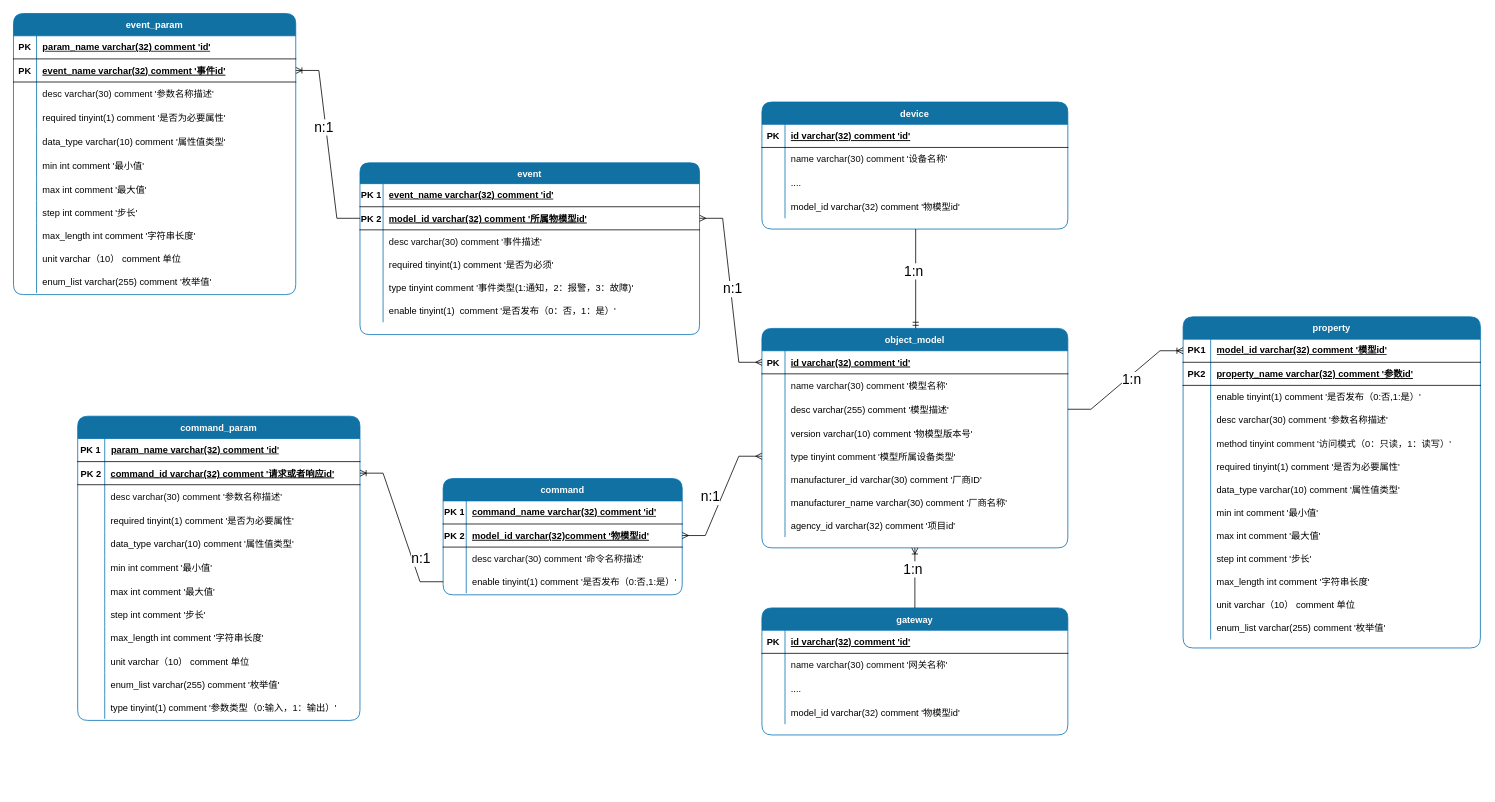
Before: page "第 3 页" (3 of 3) of 物模型.drawio in viking-wj/software, a draw.io diagram. Source tidied: cells renumbered, new cells numbered last; positions are measured from the earlier drawing's top-left corner, leaving out a move shared by most shapes. Both pictures are drawn from the tidied source at 77%, with x=0, y=0 at pixel (13, 13).
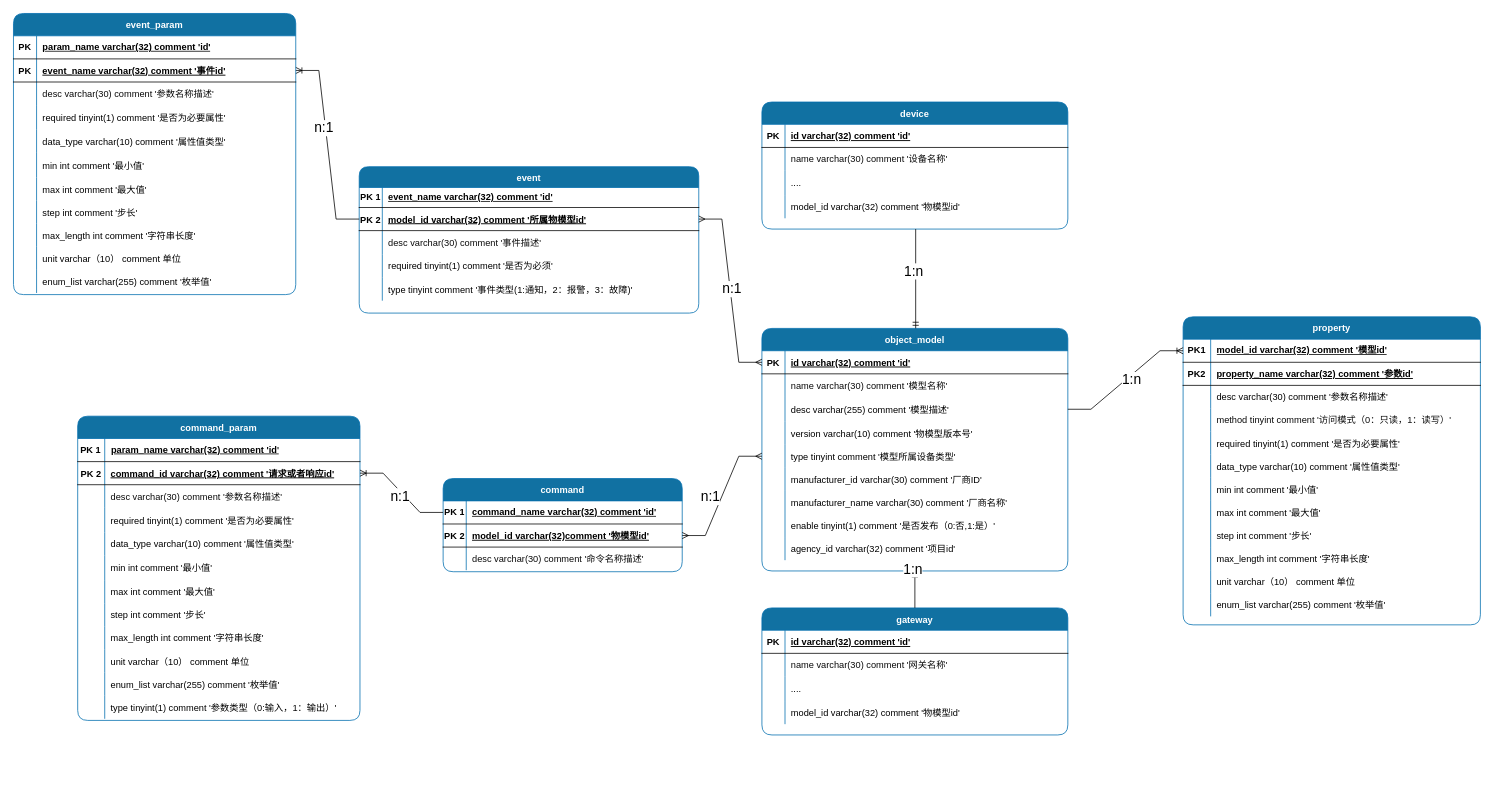
The same page after the edit.

Commit message:
更新物模型.drawio

The change refers to these unchanged cells:
```xml
<mxCell id="3" style="shape=tableRow;horizontal=0;startSize=0;swimlaneHead=0;swimlaneBody=0;fillColor=none;points=[[0,0.5],[1,0.5]];portConstraint=eastwest;top=0;left=0;right=0;bottom=1;" parent="2" vertex="1">
  <mxGeometry y="29" width="310.5" height="30" as="geometry" />
</mxCell>
<mxCell id="19" style="shape=tableRow;horizontal=0;startSize=0;swimlaneHead=0;swimlaneBody=0;fillColor=none;points=[[0,0.5],[1,0.5]];portConstraint=eastwest;top=0;left=0;right=0;bottom=1;labelBackgroundColor=none;" parent="15" vertex="1">
  <mxGeometry y="59" width="366.6" height="30" as="geometry" />
</mxCell>
```

The edit, as a diff of the source:
```diff
@@
     <mxCell id="2" value="command" style="shape=table;startSize=29;childLayout=tableLayout;rowLines=0;fontStyle=1;align=center;labelBackgroundColor=none;fillColor=#1171a2;strokeColor=#006EAF;fontColor=#ffffff;rounded=1;swimlaneFillColor=none;" parent="1" vertex="1">
-      <mxGeometry x="558" y="604" width="310.5" height="151" as="geometry" />
+      <mxGeometry x="558" y="604" width="310.5" height="121" as="geometry" />
     </mxCell>
@@
-    <mxCell id="12" style="shape=tableRow;horizontal=0;startSize=0;swimlaneHead=0;swimlaneBody=0;fillColor=none;points=[[0,0.5],[1,0.5]];portConstraint=eastwest;top=0;left=0;right=0;bottom=0;" parent="2" vertex="1">
-      <mxGeometry y="119" width="310.5" height="30" as="geometry" />
-    </mxCell>
-    <mxCell id="13" style="shape=partialRectangle;fillColor=none;top=0;left=0;bottom=0;right=0;overflow=hidden;" parent="12" vertex="1">
-      <mxGeometry width="30" height="30" as="geometry" />
-    </mxCell>
-    <mxCell id="14" value="enable tinyint(1) comment '是否发布（0:否,1:是）'" style="shape=partialRectangle;fillColor=none;top=0;left=0;bottom=0;right=0;align=left;spacingLeft=6;overflow=hidden;" parent="12" vertex="1">
-      <mxGeometry x="30" width="280.5" height="30" as="geometry" />
-    </mxCell>
@@
     <mxCell id="52" value="event" style="shape=table;startSize=27;childLayout=tableLayout;rowLines=0;fontStyle=1;align=center;labelBackgroundColor=none;fillColor=#1171a2;strokeColor=#006EAF;fontColor=#ffffff;rounded=1;swimlaneFillColor=none;" parent="1" vertex="1">
-      <mxGeometry x="450" y="194" width="441" height="223" as="geometry" />
+      <mxGeometry x="449" y="199" width="441" height="190.1" as="geometry" />
     </mxCell>
     <mxCell id="53" style="shape=tableRow;horizontal=0;startSize=0;swimlaneHead=0;swimlaneBody=0;fillColor=none;top=0;left=0;right=0;bottom=1;" parent="52" vertex="1">
-      <mxGeometry y="27" width="441" height="30" as="geometry" />
+      <mxGeometry y="27" width="441" height="26" as="geometry" />
     </mxCell>
     <mxCell id="54" value="PK 1" style="shape=partialRectangle;fillColor=none;top=0;left=0;bottom=0;right=0;fontStyle=1;overflow=hidden;whiteSpace=wrap;html=1;" parent="53" vertex="1">
-      <mxGeometry width="30" height="30" as="geometry" />
+      <mxGeometry width="30" height="26" as="geometry" />
     </mxCell>
     <mxCell id="55" value="&lt;span style=&quot;text-wrap: nowrap;&quot;&gt;event_name varchar(32) comment 'id'&lt;/span&gt;" style="shape=partialRectangle;fillColor=none;top=0;left=0;bottom=0;right=0;align=left;spacingLeft=6;fontStyle=5;overflow=hidden;whiteSpace=wrap;html=1;" parent="53" vertex="1">
-      <mxGeometry x="30" width="411" height="30" as="geometry" />
+      <mxGeometry x="30" width="411" height="26" as="geometry" />
     </mxCell>
     <mxCell id="56" style="shape=tableRow;horizontal=0;startSize=0;swimlaneHead=0;swimlaneBody=0;fillColor=none;points=[[0,0.5],[1,0.5]];portConstraint=eastwest;top=0;left=0;right=0;bottom=1;labelBackgroundColor=none;" parent="52" vertex="1">
-      <mxGeometry y="57" width="441" height="30" as="geometry" />
+      <mxGeometry y="53" width="441" height="30" as="geometry" />
     </mxCell>
@@
     <mxCell id="59" style="shape=tableRow;horizontal=0;startSize=0;swimlaneHead=0;swimlaneBody=0;fillColor=none;top=0;left=0;right=0;bottom=0;labelBorderColor=none;fontColor=#0a0a0a;" parent="52" vertex="1">
-      <mxGeometry y="87" width="441" height="30" as="geometry" />
+      <mxGeometry y="83" width="441" height="31" as="geometry" />
     </mxCell>
     <mxCell id="60" style="shape=partialRectangle;fillColor=none;top=0;left=0;bottom=0;right=0;overflow=hidden;labelBorderColor=none;fontColor=#0a0a0a;" parent="59" vertex="1">
-      <mxGeometry width="30" height="30" as="geometry" />
+      <mxGeometry width="30" height="31" as="geometry" />
     </mxCell>
     <mxCell id="61" value="desc varchar(30) comment '事件描述'" style="shape=partialRectangle;fillColor=none;top=0;left=0;bottom=0;right=0;align=left;spacingLeft=6;overflow=hidden;labelBorderColor=none;fontColor=#0a0a0a;" parent="59" vertex="1">
-      <mxGeometry x="30" width="411" height="30" as="geometry" />
+      <mxGeometry x="30" width="411" height="31" as="geometry" />
     </mxCell>
     <mxCell id="62" style="shape=tableRow;horizontal=0;startSize=0;swimlaneHead=0;swimlaneBody=0;fillColor=none;top=0;left=0;right=0;bottom=0;labelBackgroundColor=none;" parent="52" vertex="1">
-      <mxGeometry y="117" width="441" height="30" as="geometry" />
+      <mxGeometry y="114" width="441" height="30" as="geometry" />
     </mxCell>
@@
     <mxCell id="65" style="shape=tableRow;horizontal=0;startSize=0;swimlaneHead=0;swimlaneBody=0;fillColor=none;top=0;left=0;right=0;bottom=0;" parent="52" vertex="1">
-      <mxGeometry y="147" width="441" height="30" as="geometry" />
+      <mxGeometry y="144" width="441" height="30" as="geometry" />
     </mxCell>
@@
-    <mxCell id="68" style="shape=tableRow;horizontal=0;startSize=0;swimlaneHead=0;swimlaneBody=0;fillColor=none;top=0;left=0;right=0;bottom=0;" parent="52" vertex="1">
-      <mxGeometry y="177" width="441" height="30" as="geometry" />
-    </mxCell>
-    <mxCell id="69" style="shape=partialRectangle;fillColor=none;top=0;left=0;bottom=0;right=0;overflow=hidden;" parent="68" vertex="1">
-      <mxGeometry width="30" height="30" as="geometry" />
-    </mxCell>
-    <mxCell id="70" value="enable tinyint(1)  comment '是否发布（0：否，1：是）'" style="shape=partialRectangle;fillColor=none;top=0;left=0;bottom=0;right=0;align=left;spacingLeft=6;overflow=hidden;" parent="68" vertex="1">
-      <mxGeometry x="30" width="411" height="30" as="geometry" />
-    </mxCell>
     <mxCell id="71" value="object_model" style="shape=table;startSize=29;childLayout=tableLayout;rowLines=0;fontStyle=1;align=center;labelBackgroundColor=none;fillColor=#1171a2;strokeColor=#006EAF;fontColor=#ffffff;rounded=1;swimlaneFillColor=none;" parent="1" vertex="1">
-      <mxGeometry x="972" y="409" width="397.3" height="285" as="geometry" />
+      <mxGeometry x="972" y="409" width="397.3" height="315" as="geometry" />
     </mxCell>
@@
+    <mxCell id="214" style="shape=tableRow;horizontal=0;startSize=0;swimlaneHead=0;swimlaneBody=0;fillColor=none;top=0;left=0;right=0;bottom=0;" parent="71" vertex="1">
+      <mxGeometry y="241" width="397.3" height="30" as="geometry" />
+    </mxCell>
+    <mxCell id="215" style="shape=partialRectangle;fillColor=none;top=0;left=0;bottom=0;right=0;overflow=hidden;" parent="214" vertex="1">
+      <mxGeometry width="30" height="30" as="geometry" />
+    </mxCell>
+    <mxCell id="216" value="enable tinyint(1) comment '是否发布（0:否,1:是）'" style="shape=partialRectangle;fillColor=none;top=0;left=0;bottom=0;right=0;align=left;spacingLeft=6;overflow=hidden;" parent="214" vertex="1">
+      <mxGeometry x="30" width="367.3" height="30" as="geometry" />
+    </mxCell>
     <mxCell id="93" style="shape=tableRow;horizontal=0;startSize=0;swimlaneHead=0;swimlaneBody=0;fillColor=none;top=0;left=0;right=0;bottom=0;" parent="71" vertex="1">
-      <mxGeometry y="241" width="397.3" height="30" as="geometry" />
+      <mxGeometry y="271" width="397.3" height="30" as="geometry" />
     </mxCell>
@@
-    <mxCell id="96" style="edgeStyle=entityRelationEdgeStyle;fontSize=12;html=1;endArrow=ERoneToMany;rounded=0;exitX=0;exitY=0.5;exitDx=0;exitDy=0;entryX=1;entryY=0.5;entryDx=0;entryDy=0;" parent="1" edge="1" source="12" target="19">
+    <mxCell id="96" style="edgeStyle=entityRelationEdgeStyle;fontSize=12;html=1;endArrow=ERoneToMany;rounded=0;exitX=0;exitY=0.5;exitDx=0;exitDy=0;entryX=1;entryY=0.5;entryDx=0;entryDy=0;" parent="1" edge="1" source="3" target="19">
       <mxGeometry relative="1" as="geometry" />
     </mxCell>
@@
     <mxCell id="133" value="n:1" style="edgeLabel;html=1;align=center;verticalAlign=middle;fontSize=18;" parent="1" vertex="1">
-      <mxGeometry x="611" y="450" as="geometry">
+      <mxGeometry x="584" y="369" as="geometry">
         <mxPoint x="-83" y="257" as="offset" />
       </mxGeometry>
     </mxCell>
     <mxCell id="134" value="property" style="shape=table;startSize=29;childLayout=tableLayout;rowLines=0;fontStyle=1;align=center;labelBackgroundColor=none;fillColor=#1171a2;strokeColor=#006EAF;fontColor=#ffffff;rounded=1;swimlaneFillColor=none;" parent="1" vertex="1">
-      <mxGeometry x="1519" y="394" width="386.1" height="430" as="geometry" />
+      <mxGeometry x="1519" y="394" width="386.1" height="400" as="geometry" />
     </mxCell>
@@
-    <mxCell id="141" style="shape=tableRow;horizontal=0;startSize=0;swimlaneHead=0;swimlaneBody=0;fillColor=none;top=0;left=0;right=0;bottom=0;" parent="134" vertex="1">
-      <mxGeometry y="89" width="386.1" height="30" as="geometry" />
-    </mxCell>
-    <mxCell id="142" style="shape=partialRectangle;fillColor=none;top=0;left=0;bottom=0;right=0;overflow=hidden;" parent="141" vertex="1">
-      <mxGeometry width="35.8" height="30" as="geometry" />
-    </mxCell>
-    <mxCell id="143" value="enable tinyint(1) comment '是否发布（0:否,1:是）'" style="shape=partialRectangle;fillColor=none;top=0;left=0;bottom=0;right=0;align=left;spacingLeft=6;overflow=hidden;" parent="141" vertex="1">
-      <mxGeometry x="35.8" width="350.3" height="30" as="geometry" />
-    </mxCell>
     <mxCell id="144" style="shape=tableRow;horizontal=0;startSize=0;swimlaneHead=0;swimlaneBody=0;fillColor=none;top=0;left=0;right=0;bottom=0;" parent="134" vertex="1">
-      <mxGeometry y="119" width="386.1" height="30" as="geometry" />
+      <mxGeometry y="89" width="386.1" height="30" as="geometry" />
     </mxCell>
@@
     <mxCell id="147" style="shape=tableRow;horizontal=0;startSize=0;swimlaneHead=0;swimlaneBody=0;fillColor=none;top=0;left=0;right=0;bottom=0;labelBorderColor=none;fontColor=#0a0a0a;" parent="134" vertex="1">
-      <mxGeometry y="149" width="386.1" height="30" as="geometry" />
+      <mxGeometry y="119" width="386.1" height="30" as="geometry" />
     </mxCell>
@@
     <mxCell id="150" style="shape=tableRow;horizontal=0;startSize=0;swimlaneHead=0;swimlaneBody=0;fillColor=none;top=0;left=0;right=0;bottom=0;" parent="134" vertex="1">
-      <mxGeometry y="179" width="386.1" height="30" as="geometry" />
+      <mxGeometry y="149" width="386.1" height="30" as="geometry" />
     </mxCell>
@@
     <mxCell id="153" style="shape=tableRow;horizontal=0;startSize=0;swimlaneHead=0;swimlaneBody=0;fillColor=none;top=0;left=0;right=0;bottom=0;" parent="134" vertex="1">
-      <mxGeometry y="209" width="386.1" height="30" as="geometry" />
+      <mxGeometry y="179" width="386.1" height="30" as="geometry" />
     </mxCell>
@@
     <mxCell id="156" style="shape=tableRow;horizontal=0;startSize=0;swimlaneHead=0;swimlaneBody=0;fillColor=none;top=0;left=0;right=0;bottom=0;" parent="134" vertex="1">
-      <mxGeometry y="239" width="386.1" height="30" as="geometry" />
+      <mxGeometry y="209" width="386.1" height="30" as="geometry" />
     </mxCell>
@@
     <mxCell id="159" style="shape=tableRow;horizontal=0;startSize=0;swimlaneHead=0;swimlaneBody=0;fillColor=none;top=0;left=0;right=0;bottom=0;" parent="134" vertex="1">
-      <mxGeometry y="269" width="386.1" height="30" as="geometry" />
+      <mxGeometry y="239" width="386.1" height="30" as="geometry" />
     </mxCell>
@@
     <mxCell id="162" style="shape=tableRow;horizontal=0;startSize=0;swimlaneHead=0;swimlaneBody=0;fillColor=none;top=0;left=0;right=0;bottom=0;" parent="134" vertex="1">
-      <mxGeometry y="299" width="386.1" height="30" as="geometry" />
+      <mxGeometry y="269" width="386.1" height="30" as="geometry" />
     </mxCell>
@@
     <mxCell id="165" style="shape=tableRow;horizontal=0;startSize=0;swimlaneHead=0;swimlaneBody=0;fillColor=none;top=0;left=0;right=0;bottom=0;" parent="134" vertex="1">
-      <mxGeometry y="329" width="386.1" height="30" as="geometry" />
+      <mxGeometry y="299" width="386.1" height="30" as="geometry" />
     </mxCell>
@@
     <mxCell id="168" style="shape=tableRow;horizontal=0;startSize=0;swimlaneHead=0;swimlaneBody=0;fillColor=none;top=0;left=0;right=0;bottom=0;" parent="134" vertex="1">
-      <mxGeometry y="359" width="386.1" height="30" as="geometry" />
+      <mxGeometry y="329" width="386.1" height="30" as="geometry" />
     </mxCell>
@@
     <mxCell id="171" style="shape=tableRow;horizontal=0;startSize=0;swimlaneHead=0;swimlaneBody=0;fillColor=none;top=0;left=0;right=0;bottom=0;" parent="134" vertex="1">
-      <mxGeometry y="389" width="386.1" height="30" as="geometry" />
+      <mxGeometry y="359" width="386.1" height="30" as="geometry" />
     </mxCell>
```
